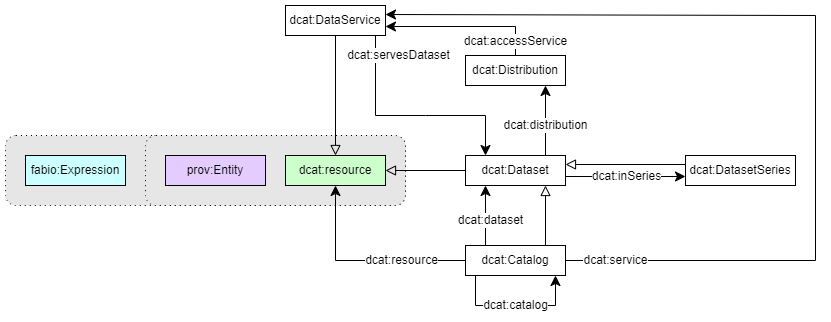
NERC-CEH/digital-objects-ontology keeps this draw.io diagram as CEH-DCAT-AP/CEH-DCAT-AP_diagrams/dcat.png. Above is the earlier version. Source tidied: cells renumbered, new cells last; positions are measured from the earlier drawing's top-left corner, leaving out a move shared by most shapes.
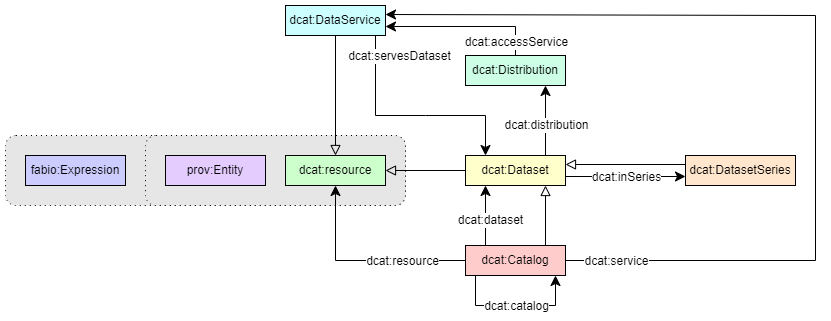
The same file after the commit.

What changed in the source:
```diff
@@ -11,7 +11,7 @@
     <mxCell id="4" value="prov:Entity" style="rounded=0;whiteSpace=wrap;html=1;fillColor=#E5CCFF;" parent="1" vertex="1">
       <mxGeometry x="160" y="150" width="100" height="30" as="geometry" />
     </mxCell>
-    <mxCell id="5" value="fabio:Expression" style="rounded=0;whiteSpace=wrap;html=1;fillColor=#CCFFFF;" parent="1" vertex="1">
+    <mxCell id="5" value="fabio:Expression" style="rounded=0;whiteSpace=wrap;html=1;fillColor=#CCCCFF;" parent="1" vertex="1">
       <mxGeometry x="20" y="150" width="100" height="30" as="geometry" />
     </mxCell>
     <mxCell id="6" value="dcat:resource" style="rounded=0;whiteSpace=wrap;html=1;snapToPoint=1;points=[[0.1,0],[0.2,0],[0.3,0],[0.4,0],[0.5,0],[0.6,0],[0.7,0],[0.8,0],[0.9,0],[0,0.1],[0,0.3],[0,0.5],[0,0.7],[0,0.9],[0.1,1],[0.2,1],[0.3,1],[0.4,1],[0.5,1],[0.6,1],[0.7,1],[0.8,1],[0.9,1],[1,0.1],[1,0.3],[1,0.5],[1,0.7],[1,0.9]];fillColor=#CCFFCC;" parent="1" vertex="1">
@@ -20,28 +20,28 @@
     <mxCell id="7" style="endArrow=block;html=1;fontColor=#000099;exitX=0;exitY=0.5;exitDx=0;exitDy=0;endFill=0;entryX=1;entryY=0.5;entryDx=0;entryDy=0;endSize=8;arcSize=0;rounded=0;" parent="1" edge="1" source="8" target="6">
       <mxGeometry relative="1" as="geometry" />
     </mxCell>
-    <mxCell id="8" value="dcat:Dataset" style="rounded=0;whiteSpace=wrap;html=1;snapToPoint=1;points=[[0.1,0],[0.2,0],[0.3,0],[0.4,0],[0.5,0],[0.6,0],[0.7,0],[0.8,0],[0.9,0],[0,0.1],[0,0.3],[0,0.5],[0,0.7],[0,0.9],[0.1,1],[0.2,1],[0.3,1],[0.4,1],[0.5,1],[0.6,1],[0.7,1],[0.8,1],[0.9,1],[1,0.1],[1,0.3],[1,0.5],[1,0.7],[1,0.9]];" parent="1" vertex="1">
+    <mxCell id="8" value="dcat:Dataset" style="rounded=0;whiteSpace=wrap;html=1;snapToPoint=1;points=[[0.1,0],[0.2,0],[0.3,0],[0.4,0],[0.5,0],[0.6,0],[0.7,0],[0.8,0],[0.9,0],[0,0.1],[0,0.3],[0,0.5],[0,0.7],[0,0.9],[0.1,1],[0.2,1],[0.3,1],[0.4,1],[0.5,1],[0.6,1],[0.7,1],[0.8,1],[0.9,1],[1,0.1],[1,0.3],[1,0.5],[1,0.7],[1,0.9]];fillColor=#FFFFCC;" parent="1" vertex="1">
       <mxGeometry x="460" y="150" width="100" height="30" as="geometry" />
     </mxCell>
     <mxCell id="9" style="endArrow=block;html=1;fontColor=#000099;exitX=0.8;exitY=0;exitDx=0;exitDy=0;endFill=0;entryX=0.8;entryY=1;entryDx=0;entryDy=0;endSize=8;arcSize=0;rounded=0;" parent="1" edge="1" source="10" target="8">
       <mxGeometry relative="1" as="geometry" />
     </mxCell>
-    <mxCell id="10" value="dcat:Catalog" style="rounded=0;whiteSpace=wrap;html=1;snapToPoint=1;points=[[0.1,0],[0.2,0],[0.3,0],[0.4,0],[0.5,0],[0.6,0],[0.7,0],[0.8,0],[0.9,0],[0,0.1],[0,0.3],[0,0.5],[0,0.7],[0,0.9],[0.1,1],[0.2,1],[0.3,1],[0.4,1],[0.5,1],[0.6,1],[0.7,1],[0.8,1],[0.9,1],[1,0.1],[1,0.3],[1,0.5],[1,0.7],[1,0.9]];" parent="1" vertex="1">
+    <mxCell id="10" value="dcat:Catalog" style="rounded=0;whiteSpace=wrap;html=1;snapToPoint=1;points=[[0.1,0],[0.2,0],[0.3,0],[0.4,0],[0.5,0],[0.6,0],[0.7,0],[0.8,0],[0.9,0],[0,0.1],[0,0.3],[0,0.5],[0,0.7],[0,0.9],[0.1,1],[0.2,1],[0.3,1],[0.4,1],[0.5,1],[0.6,1],[0.7,1],[0.8,1],[0.9,1],[1,0.1],[1,0.3],[1,0.5],[1,0.7],[1,0.9]];fillColor=#FFCCCC;" parent="1" vertex="1">
       <mxGeometry x="460" y="240" width="100" height="30" as="geometry" />
     </mxCell>
     <mxCell id="11" style="endArrow=block;html=1;fontColor=#000099;exitX=0.5;exitY=1;exitDx=0;exitDy=0;endFill=0;entryX=0.5;entryY=0;entryDx=0;entryDy=0;endSize=8;arcSize=0;rounded=0;" parent="1" edge="1" source="12" target="6">
       <mxGeometry relative="1" as="geometry" />
     </mxCell>
-    <mxCell id="12" value="dcat:DataService" style="rounded=0;whiteSpace=wrap;html=1;snapToPoint=1;points=[[0.1,0],[0.2,0],[0.3,0],[0.4,0],[0.5,0],[0.6,0],[0.7,0],[0.8,0],[0.9,0],[0,0.1],[0,0.3],[0,0.5],[0,0.7],[0,0.9],[0.1,1],[0.2,1],[0.3,1],[0.4,1],[0.5,1],[0.6,1],[0.7,1],[0.8,1],[0.9,1],[1,0.1],[1,0.3],[1,0.5],[1,0.7],[1,0.9]];" parent="1" vertex="1">
+    <mxCell id="12" value="dcat:DataService" style="rounded=0;whiteSpace=wrap;html=1;snapToPoint=1;points=[[0.1,0],[0.2,0],[0.3,0],[0.4,0],[0.5,0],[0.6,0],[0.7,0],[0.8,0],[0.9,0],[0,0.1],[0,0.3],[0,0.5],[0,0.7],[0,0.9],[0.1,1],[0.2,1],[0.3,1],[0.4,1],[0.5,1],[0.6,1],[0.7,1],[0.8,1],[0.9,1],[1,0.1],[1,0.3],[1,0.5],[1,0.7],[1,0.9]];fillColor=#CCFFFF;" parent="1" vertex="1">
       <mxGeometry x="280" width="100" height="30" as="geometry" />
     </mxCell>
     <mxCell id="13" style="endArrow=block;html=1;fontColor=#000099;exitX=0;exitY=0.3;exitDx=0;exitDy=0;endFill=0;entryX=1;entryY=0.3;entryDx=0;entryDy=0;endSize=8;arcSize=0;rounded=0;" parent="1" edge="1" source="14" target="8">
       <mxGeometry relative="1" as="geometry" />
     </mxCell>
-    <mxCell id="14" value="dcat:DatasetSeries" style="rounded=0;whiteSpace=wrap;html=1;snapToPoint=1;points=[[0.1,0],[0.2,0],[0.3,0],[0.4,0],[0.5,0],[0.6,0],[0.7,0],[0.8,0],[0.9,0],[0,0.1],[0,0.3],[0,0.5],[0,0.7],[0,0.9],[0.1,1],[0.2,1],[0.3,1],[0.4,1],[0.5,1],[0.6,1],[0.7,1],[0.8,1],[0.9,1],[1,0.1],[1,0.3],[1,0.5],[1,0.7],[1,0.9]];" parent="1" vertex="1">
+    <mxCell id="14" value="dcat:DatasetSeries" style="rounded=0;whiteSpace=wrap;html=1;snapToPoint=1;points=[[0.1,0],[0.2,0],[0.3,0],[0.4,0],[0.5,0],[0.6,0],[0.7,0],[0.8,0],[0.9,0],[0,0.1],[0,0.3],[0,0.5],[0,0.7],[0,0.9],[0.1,1],[0.2,1],[0.3,1],[0.4,1],[0.5,1],[0.6,1],[0.7,1],[0.8,1],[0.9,1],[1,0.1],[1,0.3],[1,0.5],[1,0.7],[1,0.9]];fillColor=#FFE6CC;" parent="1" vertex="1">
       <mxGeometry x="680" y="150" width="110" height="30" as="geometry" />
     </mxCell>
-    <mxCell id="15" value="dcat:Distribution" style="rounded=0;whiteSpace=wrap;html=1;snapToPoint=1;points=[[0.1,0],[0.2,0],[0.3,0],[0.4,0],[0.5,0],[0.6,0],[0.7,0],[0.8,0],[0.9,0],[0,0.1],[0,0.3],[0,0.5],[0,0.7],[0,0.9],[0.1,1],[0.2,1],[0.3,1],[0.4,1],[0.5,1],[0.6,1],[0.7,1],[0.8,1],[0.9,1],[1,0.1],[1,0.3],[1,0.5],[1,0.7],[1,0.9]];" parent="1" vertex="1">
+    <mxCell id="15" value="dcat:Distribution" style="rounded=0;whiteSpace=wrap;html=1;snapToPoint=1;points=[[0.1,0],[0.2,0],[0.3,0],[0.4,0],[0.5,0],[0.6,0],[0.7,0],[0.8,0],[0.9,0],[0,0.1],[0,0.3],[0,0.5],[0,0.7],[0,0.9],[0.1,1],[0.2,1],[0.3,1],[0.4,1],[0.5,1],[0.6,1],[0.7,1],[0.8,1],[0.9,1],[1,0.1],[1,0.3],[1,0.5],[1,0.7],[1,0.9]];fillColor=#CCFFE6;" parent="1" vertex="1">
       <mxGeometry x="460" y="50" width="100" height="30" as="geometry" />
     </mxCell>
     <mxCell id="16" style="endArrow=classic;html=1;exitX=0.8;exitY=0;exitDx=0;exitDy=0;entryX=0.8;entryY=1;entryDx=0;entryDy=0;endSize=8;arcSize=0;rounded=0;" parent="1" edge="1" source="8" target="15">
```
